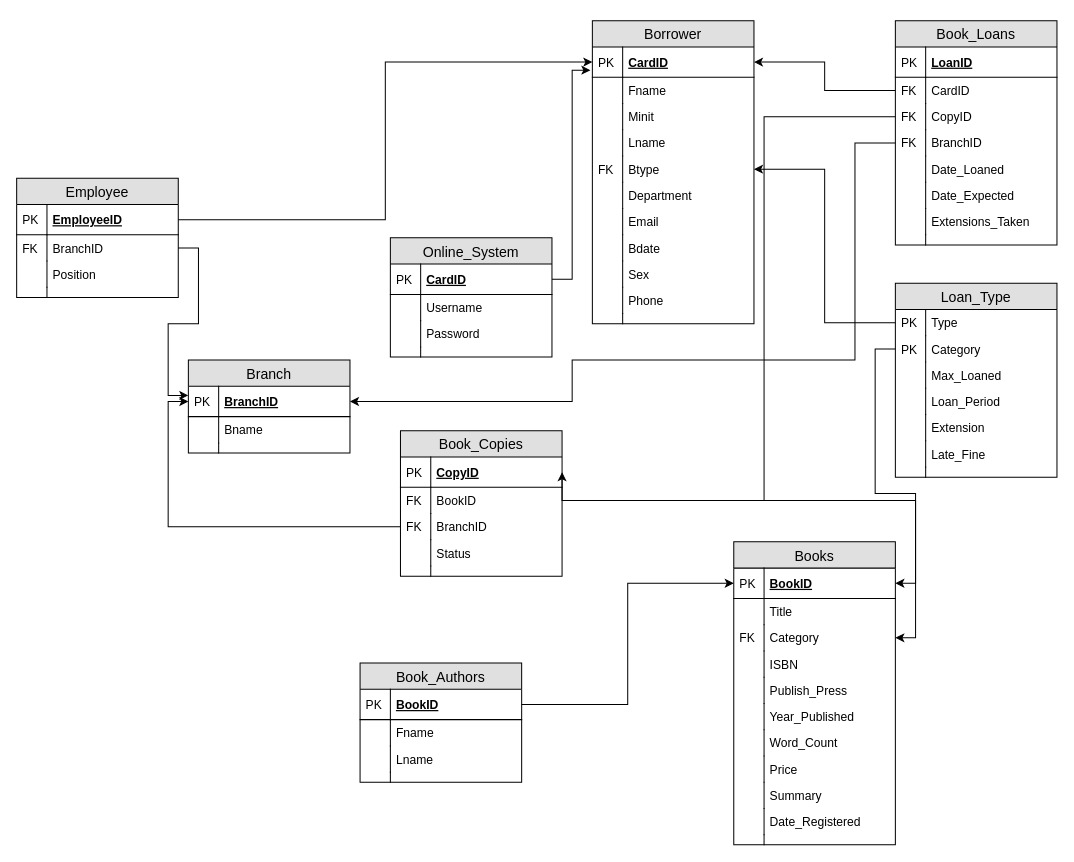
The draw.io diagram diagrams/drawio/library_relation_schema.drawio in pr0jectf3/library_management_database, before the edit. Source tidied: cells renumbered, new cells numbered last; positions are measured from the earlier drawing's top-left corner, leaving out a move shared by most shapes. Both pictures are drawn from the tidied source at 101%, with x=0, y=0 at pixel (16, 20).
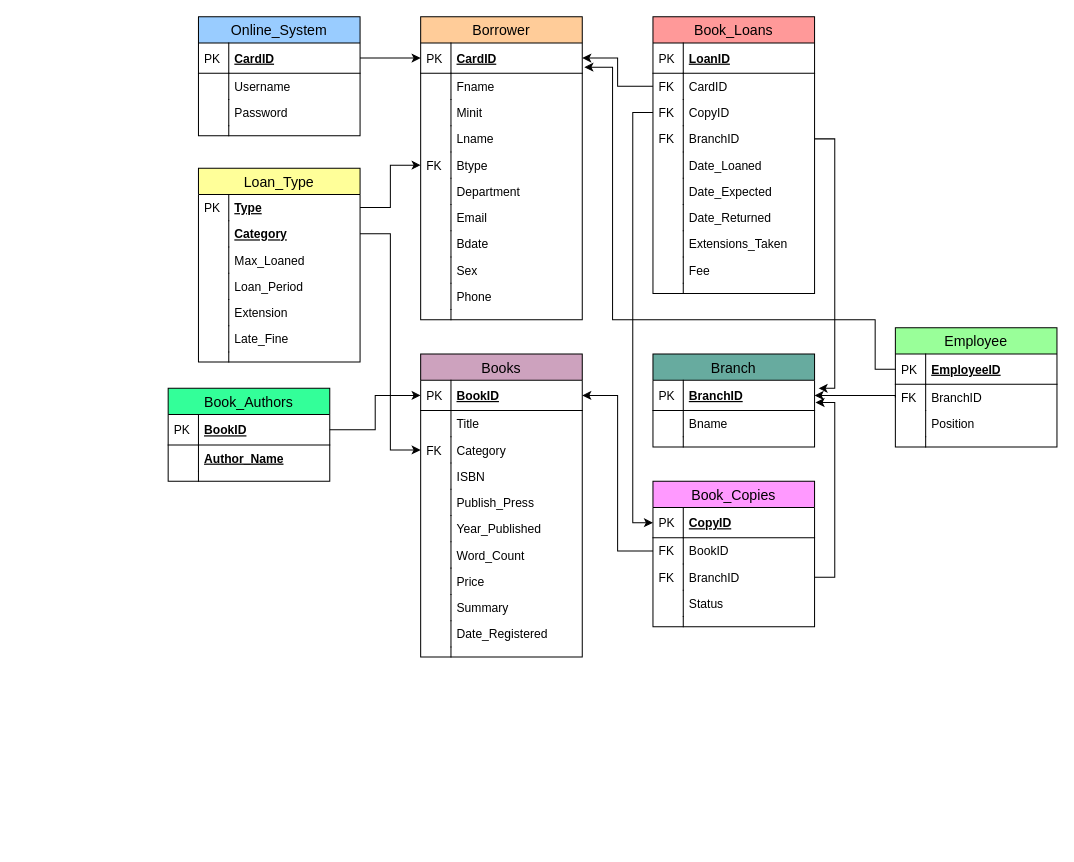
The same diagram, later.

Unchanged cells that the change refers to:
```xml
<mxCell id="3" value="CardID" style="shape=partialRectangle;top=0;left=0;right=0;bottom=1;align=left;verticalAlign=middle;fillColor=none;spacingLeft=34;spacingRight=4;overflow=hidden;points=[[0,0.5],[1,0.5]];portConstraint=eastwest;fontStyle=5;fontSize=12;" parent="2" vertex="1">
  <mxGeometry y="26" width="160" height="30" as="geometry" />
</mxCell>
<mxCell id="11" value="Btype" style="shape=partialRectangle;top=0;left=0;right=0;bottom=0;align=left;verticalAlign=top;fillColor=none;spacingLeft=34;spacingRight=4;overflow=hidden;points=[[0,0.5],[1,0.5]];portConstraint=eastwest;fontSize=12;" parent="2" vertex="1">
  <mxGeometry y="134" width="160" height="26" as="geometry" />
</mxCell>
<mxCell id="26" value="BookID" style="shape=partialRectangle;top=0;left=0;right=0;bottom=1;align=left;verticalAlign=middle;fillColor=none;spacingLeft=34;spacingRight=4;overflow=hidden;points=[[0,0.5],[1,0.5]];portConstraint=eastwest;fontStyle=5;fontSize=12;" parent="25" vertex="1">
  <mxGeometry y="26" width="160" height="30" as="geometry" />
</mxCell>
<mxCell id="30" value="Category" style="shape=partialRectangle;top=0;left=0;right=0;bottom=0;align=left;verticalAlign=top;fillColor=none;spacingLeft=34;spacingRight=4;overflow=hidden;points=[[0,0.5],[1,0.5]];portConstraint=eastwest;fontSize=12;" parent="25" vertex="1">
  <mxGeometry y="82" width="160" height="26" as="geometry" />
</mxCell>
<mxCell id="49" value="BookID" style="shape=partialRectangle;top=0;left=0;right=0;bottom=1;align=left;verticalAlign=middle;fillColor=none;spacingLeft=34;spacingRight=4;overflow=hidden;points=[[0,0.5],[1,0.5]];portConstraint=eastwest;fontStyle=5;fontSize=12;" parent="48" vertex="1">
  <mxGeometry y="26" width="160" height="30" as="geometry" />
</mxCell>
<mxCell id="58" value="CopyID" style="shape=partialRectangle;top=0;left=0;right=0;bottom=1;align=left;verticalAlign=middle;fillColor=none;spacingLeft=34;spacingRight=4;overflow=hidden;points=[[0,0.5],[1,0.5]];portConstraint=eastwest;fontStyle=5;fontSize=12;" parent="57" vertex="1">
  <mxGeometry y="26" width="160" height="30" as="geometry" />
</mxCell>
<mxCell id="60" value="BookID" style="shape=partialRectangle;top=0;left=0;right=0;bottom=0;align=left;verticalAlign=top;fillColor=none;spacingLeft=34;spacingRight=4;overflow=hidden;points=[[0,0.5],[1,0.5]];portConstraint=eastwest;fontSize=12;" parent="57" vertex="1">
  <mxGeometry y="56" width="160" height="26" as="geometry" />
</mxCell>
<mxCell id="62" value="BranchID" style="shape=partialRectangle;top=0;left=0;right=0;bottom=0;align=left;verticalAlign=top;fillColor=none;spacingLeft=34;spacingRight=4;overflow=hidden;points=[[0,0.5],[1,0.5]];portConstraint=eastwest;fontSize=12;" parent="57" vertex="1">
  <mxGeometry y="82" width="160" height="26" as="geometry" />
</mxCell>
<mxCell id="69" value="EmployeeID" style="shape=partialRectangle;top=0;left=0;right=0;bottom=1;align=left;verticalAlign=middle;fillColor=none;spacingLeft=34;spacingRight=4;overflow=hidden;points=[[0,0.5],[1,0.5]];portConstraint=eastwest;fontStyle=5;fontSize=12;" parent="68" vertex="1">
  <mxGeometry y="26" width="160" height="30" as="geometry" />
</mxCell>
<mxCell id="71" value="BranchID&#10;" style="shape=partialRectangle;top=0;left=0;right=0;bottom=0;align=left;verticalAlign=top;fillColor=none;spacingLeft=34;spacingRight=4;overflow=hidden;points=[[0,0.5],[1,0.5]];portConstraint=eastwest;fontSize=12;" parent="68" vertex="1">
  <mxGeometry y="56" width="160" height="26" as="geometry" />
</mxCell>
<mxCell id="78" value="BranchID" style="shape=partialRectangle;top=0;left=0;right=0;bottom=1;align=left;verticalAlign=middle;fillColor=none;spacingLeft=34;spacingRight=4;overflow=hidden;points=[[0,0.5],[1,0.5]];portConstraint=eastwest;fontStyle=5;fontSize=12;" parent="77" vertex="1">
  <mxGeometry y="26" width="160" height="30" as="geometry" />
</mxCell>
<mxCell id="87" value="CardID" style="shape=partialRectangle;top=0;left=0;right=0;bottom=0;align=left;verticalAlign=top;fillColor=none;spacingLeft=34;spacingRight=4;overflow=hidden;points=[[0,0.5],[1,0.5]];portConstraint=eastwest;fontSize=12;" parent="84" vertex="1">
  <mxGeometry y="56" width="160" height="26" as="geometry" />
</mxCell>
<mxCell id="89" value="CopyID" style="shape=partialRectangle;top=0;left=0;right=0;bottom=0;align=left;verticalAlign=top;fillColor=none;spacingLeft=34;spacingRight=4;overflow=hidden;points=[[0,0.5],[1,0.5]];portConstraint=eastwest;fontSize=12;" parent="84" vertex="1">
  <mxGeometry y="82" width="160" height="26" as="geometry" />
</mxCell>
<mxCell id="91" value="BranchID" style="shape=partialRectangle;top=0;left=0;right=0;bottom=0;align=left;verticalAlign=top;fillColor=none;spacingLeft=34;spacingRight=4;overflow=hidden;points=[[0,0.5],[1,0.5]];portConstraint=eastwest;fontSize=12;" parent="84" vertex="1">
  <mxGeometry y="108" width="160" height="26" as="geometry" />
</mxCell>
<mxCell id="102" value="CardID" style="shape=partialRectangle;top=0;left=0;right=0;bottom=1;align=left;verticalAlign=middle;fillColor=none;spacingLeft=34;spacingRight=4;overflow=hidden;points=[[0,0.5],[1,0.5]];portConstraint=eastwest;fontStyle=5;fontSize=12;" parent="101" vertex="1">
  <mxGeometry y="26" width="160" height="30" as="geometry" />
</mxCell>
```

What changed in the source:
```diff
@@
-    <mxCell id="2" value="Borrower" style="swimlane;fontStyle=0;horizontal=1;startSize=26;fillColor=#e0e0e0;swimlaneFillColor=#ffffff;align=center;fontSize=14;" parent="1" vertex="1">
-      <mxGeometry x="570" width="160" height="300" as="geometry" />
+    <mxCell id="2" value="Borrower" style="swimlane;fontStyle=0;horizontal=1;startSize=26;fillColor=#FFCC99;swimlaneFillColor=#ffffff;align=center;fontSize=14;strokeColor=#000000;" parent="1" vertex="1">
+      <mxGeometry x="400" y="-4" width="160" height="300" as="geometry" />
     </mxCell>
@@
-    <mxCell id="25" value="Books" style="swimlane;fontStyle=0;horizontal=1;startSize=26;fillColor=#e0e0e0;swimlaneFillColor=#ffffff;align=center;fontSize=14;" parent="1" vertex="1">
-      <mxGeometry x="710" y="516" width="160" height="300" as="geometry" />
+    <mxCell id="25" value="Books" style="swimlane;fontStyle=0;horizontal=1;startSize=26;fillColor=#CDA2BE;swimlaneFillColor=#ffffff;align=center;fontSize=14;" parent="1" vertex="1">
+      <mxGeometry x="400" y="330" width="160" height="300" as="geometry" />
     </mxCell>
@@
-    <mxCell id="48" value="Book_Authors" style="swimlane;fontStyle=0;horizontal=1;startSize=26;fillColor=#e0e0e0;swimlaneFillColor=#ffffff;align=center;fontSize=14;" parent="1" vertex="1">
-      <mxGeometry x="340" y="636" width="160" height="118" as="geometry" />
+    <mxCell id="48" value="Book_Authors" style="swimlane;fontStyle=0;horizontal=1;startSize=26;fillColor=#33FF99;swimlaneFillColor=#ffffff;align=center;fontSize=14;" parent="1" vertex="1">
+      <mxGeometry x="150" y="364" width="160" height="92" as="geometry" />
     </mxCell>
@@
-    <mxCell id="51" value="Fname" style="shape=partialRectangle;top=0;left=0;right=0;bottom=0;align=left;verticalAlign=top;fillColor=none;spacingLeft=34;spacingRight=4;overflow=hidden;fontSize=12;" parent="48" vertex="1">
+    <mxCell id="51" value="Author_Name" style="shape=partialRectangle;top=0;left=0;right=0;bottom=0;align=left;verticalAlign=top;fillColor=none;spacingLeft=34;spacingRight=4;overflow=hidden;fontSize=12;fontStyle=5;" parent="48" vertex="1">
       <mxGeometry y="56" width="160" height="26" as="geometry" />
     </mxCell>
@@
-    <mxCell id="53" value="Lname" style="shape=partialRectangle;top=0;left=0;right=0;bottom=0;align=left;verticalAlign=top;fillColor=none;spacingLeft=34;spacingRight=4;overflow=hidden;fontSize=12;" parent="48" vertex="1">
-      <mxGeometry y="82" width="160" height="26" as="geometry" />
-    </mxCell>
-    <mxCell id="54" style="shape=partialRectangle;top=0;left=0;bottom=0;fillColor=none;align=left;verticalAlign=top;spacingLeft=4;spacingRight=4;overflow=hidden;fontSize=12;" parent="53" vertex="1">
-      <mxGeometry width="30" height="26" as="geometry" />
-    </mxCell>
     <mxCell id="55" style="shape=partialRectangle;top=0;left=0;right=0;bottom=0;align=left;verticalAlign=top;fillColor=none;spacingLeft=34;spacingRight=4;overflow=hidden;fontSize=12;" parent="48" vertex="1">
-      <mxGeometry y="108" width="160" height="10" as="geometry" />
+      <mxGeometry y="82" width="160" height="10" as="geometry" />
     </mxCell>
@@
-    <mxCell id="57" value="Book_Copies" style="swimlane;fontStyle=0;horizontal=1;startSize=26;fillColor=#e0e0e0;swimlaneFillColor=#ffffff;align=center;fontSize=14;" parent="1" vertex="1">
-      <mxGeometry x="380" y="406" width="160" height="144" as="geometry" />
+    <mxCell id="57" value="Book_Copies" style="swimlane;fontStyle=0;horizontal=1;startSize=26;fillColor=#FF99FF;swimlaneFillColor=#ffffff;align=center;fontSize=14;strokeColor=#000000;" parent="1" vertex="1">
+      <mxGeometry x="630" y="456" width="160" height="144" as="geometry" />
     </mxCell>
@@
-    <mxCell id="68" value="Employee" style="swimlane;fontStyle=0;horizontal=1;startSize=26;fillColor=#e0e0e0;swimlaneFillColor=#ffffff;align=center;fontSize=14;" parent="1" vertex="1">
-      <mxGeometry y="156" width="160" height="118" as="geometry" />
+    <mxCell id="68" value="Employee" style="swimlane;fontStyle=0;horizontal=1;startSize=26;fillColor=#99FF99;swimlaneFillColor=#ffffff;align=center;fontSize=14;strokeColor=#000000;" parent="1" vertex="1">
+      <mxGeometry x="870" y="304" width="160" height="118" as="geometry" />
     </mxCell>
@@
-    <mxCell id="77" value="Branch" style="swimlane;fontStyle=0;horizontal=1;startSize=26;fillColor=#e0e0e0;swimlaneFillColor=#ffffff;align=center;fontSize=14;" parent="1" vertex="1">
-      <mxGeometry x="170" y="336" width="160" height="92" as="geometry" />
+    <mxCell id="77" value="Branch" style="swimlane;fontStyle=0;horizontal=1;startSize=26;fillColor=#67AB9F;swimlaneFillColor=#ffffff;align=center;fontSize=14;" parent="1" vertex="1">
+      <mxGeometry x="630" y="330" width="160" height="92" as="geometry" />
     </mxCell>
@@
-    <mxCell id="84" value="Book_Loans" style="swimlane;fontStyle=0;horizontal=1;startSize=26;fillColor=#e0e0e0;swimlaneFillColor=#ffffff;align=center;fontSize=14;" parent="1" vertex="1">
-      <mxGeometry x="870" width="160" height="222" as="geometry" />
+    <mxCell id="84" value="Book_Loans" style="swimlane;fontStyle=0;horizontal=1;startSize=26;fillColor=#FF9999;swimlaneFillColor=#ffffff;align=center;fontSize=14;strokeColor=#000000;" parent="1" vertex="1">
+      <mxGeometry x="630" y="-4" width="160" height="274" as="geometry" />
     </mxCell>
@@
+    <mxCell id="136" value="Date_Returned" style="shape=partialRectangle;top=0;left=0;right=0;bottom=0;align=left;verticalAlign=top;fillColor=none;spacingLeft=34;spacingRight=4;overflow=hidden;fontSize=12;" parent="84" vertex="1">
+      <mxGeometry y="186" width="160" height="26" as="geometry" />
+    </mxCell>
+    <mxCell id="137" style="shape=partialRectangle;top=0;left=0;bottom=0;fillColor=none;align=left;verticalAlign=top;spacingLeft=4;spacingRight=4;overflow=hidden;fontSize=12;" parent="136" vertex="1">
+      <mxGeometry width="30" height="26" as="geometry" />
+    </mxCell>
     <mxCell id="97" value="Extensions_Taken" style="shape=partialRectangle;top=0;left=0;right=0;bottom=0;align=left;verticalAlign=top;fillColor=none;spacingLeft=34;spacingRight=4;overflow=hidden;fontSize=12;" parent="84" vertex="1">
-      <mxGeometry y="186" width="160" height="26" as="geometry" />
+      <mxGeometry y="212" width="160" height="26" as="geometry" />
     </mxCell>
@@
+    <mxCell id="138" value="Fee" style="shape=partialRectangle;top=0;left=0;right=0;bottom=0;align=left;verticalAlign=top;fillColor=none;spacingLeft=34;spacingRight=4;overflow=hidden;fontSize=12;" parent="84" vertex="1">
+      <mxGeometry y="238" width="160" height="26" as="geometry" />
+    </mxCell>
+    <mxCell id="139" style="shape=partialRectangle;top=0;left=0;bottom=0;fillColor=none;align=left;verticalAlign=top;spacingLeft=4;spacingRight=4;overflow=hidden;fontSize=12;" parent="138" vertex="1">
+      <mxGeometry width="30" height="26" as="geometry" />
+    </mxCell>
     <mxCell id="99" style="shape=partialRectangle;top=0;left=0;right=0;bottom=0;align=left;verticalAlign=top;fillColor=none;spacingLeft=34;spacingRight=4;overflow=hidden;fontSize=12;" parent="84" vertex="1">
-      <mxGeometry y="212" width="160" height="10" as="geometry" />
+      <mxGeometry y="264" width="160" height="10" as="geometry" />
     </mxCell>
@@
-    <mxCell id="101" value="Online_System" style="swimlane;fontStyle=0;horizontal=1;startSize=26;fillColor=#e0e0e0;swimlaneFillColor=#ffffff;align=center;fontSize=14;" parent="1" vertex="1">
-      <mxGeometry x="370" y="215" width="160" height="118" as="geometry" />
+    <mxCell id="101" value="Online_System" style="swimlane;fontStyle=0;horizontal=1;startSize=26;fillColor=#99CCFF;swimlaneFillColor=#ffffff;align=center;fontSize=14;" parent="1" vertex="1">
+      <mxGeometry x="180" y="-4" width="160" height="118" as="geometry" />
     </mxCell>
@@
-    <mxCell id="110" value="Loan_Type" style="swimlane;fontStyle=0;horizontal=1;startSize=26;fillColor=#e0e0e0;swimlaneFillColor=#ffffff;align=center;fontSize=14;strokeColor=#000000;" parent="1" vertex="1">
-      <mxGeometry x="870" y="260" width="160" height="192" as="geometry" />
+    <mxCell id="110" value="Loan_Type" style="swimlane;fontStyle=0;horizontal=1;startSize=26;fillColor=#FFFF99;swimlaneFillColor=#ffffff;align=center;fontSize=14;strokeColor=#000000;" parent="1" vertex="1">
+      <mxGeometry x="180" y="146" width="160" height="192" as="geometry" />
     </mxCell>
-    <mxCell id="111" value="Type" style="shape=partialRectangle;top=0;left=0;right=0;bottom=0;align=left;verticalAlign=top;fillColor=none;spacingLeft=34;spacingRight=4;overflow=hidden;points=[[0,0.5],[1,0.5]];portConstraint=eastwest;fontSize=12;fontStyle=0;strokeColor=#000000;strokeWidth=1;" parent="110" vertex="1">
+    <mxCell id="111" value="Type" style="shape=partialRectangle;top=0;left=0;right=0;bottom=0;align=left;verticalAlign=top;fillColor=none;spacingLeft=34;spacingRight=4;overflow=hidden;points=[[0,0.5],[1,0.5]];portConstraint=eastwest;fontSize=12;fontStyle=5;strokeColor=#000000;strokeWidth=1;" parent="110" vertex="1">
       <mxGeometry y="26" width="160" height="26" as="geometry" />
     </mxCell>
@@
-    <mxCell id="113" value="Category" style="shape=partialRectangle;top=0;left=0;right=0;bottom=0;align=left;verticalAlign=top;fillColor=none;spacingLeft=34;spacingRight=4;overflow=hidden;points=[[0,0.5],[1,0.5]];portConstraint=eastwest;fontSize=12;fontStyle=0;strokeColor=none;strokeWidth=1;" parent="110" vertex="1">
+    <mxCell id="113" value="Category" style="shape=partialRectangle;top=0;left=0;right=0;bottom=0;align=left;verticalAlign=top;fillColor=none;spacingLeft=34;spacingRight=4;overflow=hidden;points=[[0,0.5],[1,0.5]];portConstraint=eastwest;fontSize=12;fontStyle=5;strokeColor=none;strokeWidth=1;" parent="110" vertex="1">
       <mxGeometry y="52" width="160" height="26" as="geometry" />
     </mxCell>
-    <mxCell id="114" value="PK" style="shape=partialRectangle;top=0;left=0;bottom=0;fillColor=none;align=left;verticalAlign=top;spacingLeft=4;spacingRight=4;overflow=hidden;fontSize=12;" parent="113" vertex="1">
+    <mxCell id="114" style="shape=partialRectangle;top=0;left=0;bottom=0;fillColor=none;align=left;verticalAlign=top;spacingLeft=4;spacingRight=4;overflow=hidden;fontSize=12;" parent="113" vertex="1">
       <mxGeometry width="30" height="26" as="geometry" />
     </mxCell>
@@
+    <mxCell id="134" style="edgeStyle=orthogonalEdgeStyle;rounded=0;jettySize=auto;html=1;exitX=1;exitY=0.5;exitDx=0;exitDy=0;entryX=0;entryY=0.5;entryDx=0;entryDy=0;fillColor=#007FFF;strokeColor=#000000;strokeWidth=1;" parent="1" edge="1" source="102" target="3">
+      <mxGeometry relative="1" as="geometry" />
+    </mxCell>
+    <mxCell id="128" style="edgeStyle=orthogonalEdgeStyle;rounded=0;jettySize=auto;html=1;exitX=1;exitY=0.5;exitDx=0;exitDy=0;entryX=0;entryY=0.5;entryDx=0;entryDy=0;strokeColor=#000000;strokeWidth=1;" parent="1" edge="1" source="111" target="11">
+      <mxGeometry relative="1" as="geometry" />
+    </mxCell>
+    <mxCell id="135" style="edgeStyle=orthogonalEdgeStyle;rounded=0;jettySize=auto;html=1;exitX=1;exitY=0.5;exitDx=0;exitDy=0;entryX=0;entryY=0.5;entryDx=0;entryDy=0;strokeWidth=1;" parent="1" edge="1" source="49" target="26">
+      <mxGeometry relative="1" as="geometry" />
+    </mxCell>
+    <mxCell id="129" style="edgeStyle=orthogonalEdgeStyle;rounded=0;jettySize=auto;html=1;exitX=1;exitY=0.5;exitDx=0;exitDy=0;entryX=0;entryY=0.5;entryDx=0;entryDy=0;strokeColor=#000000;strokeWidth=1;" parent="1" edge="1" source="113" target="30">
+      <mxGeometry relative="1" as="geometry" />
+    </mxCell>
-    <mxCell id="125" style="edgeStyle=orthogonalEdgeStyle;rounded=0;jettySize=auto;html=1;exitX=0;exitY=0.5;exitDx=0;exitDy=0;entryX=1;entryY=0.5;entryDx=0;entryDy=0;startArrow=none;startFill=0;" parent="1" edge="1" source="87" target="3">
+    <mxCell id="125" style="edgeStyle=orthogonalEdgeStyle;rounded=0;jettySize=auto;html=1;exitX=0;exitY=0.5;exitDx=0;exitDy=0;entryX=1;entryY=0.5;entryDx=0;entryDy=0;strokeColor=#000000;strokeWidth=1;" parent="1" edge="1" source="87" target="3">
       <mxGeometry relative="1" as="geometry" />
     </mxCell>
+    <mxCell id="132" style="edgeStyle=orthogonalEdgeStyle;rounded=0;jettySize=auto;html=1;exitX=0;exitY=0.5;exitDx=0;exitDy=0;entryX=1.013;entryY=0.8;entryDx=0;entryDy=0;entryPerimeter=0;strokeColor=#000000;strokeWidth=1;" parent="1" edge="1" source="69" target="3">
+      <mxGeometry relative="1" as="geometry">
+        <Array as="points">
+          <mxPoint x="850" y="345" />
+          <mxPoint x="850" y="296" />
+          <mxPoint x="590" y="296" />
+          <mxPoint x="590" y="46" />
+        </Array>
+      </mxGeometry>
+    </mxCell>
+    <mxCell id="133" style="edgeStyle=orthogonalEdgeStyle;rounded=0;jettySize=auto;html=1;exitX=0;exitY=0.5;exitDx=0;exitDy=0;entryX=1;entryY=0.5;entryDx=0;entryDy=0;strokeColor=#000000;strokeWidth=1;" parent="1" edge="1" source="71" target="78">
+      <mxGeometry relative="1" as="geometry">
+        <Array as="points">
+          <mxPoint x="870" y="371" />
+        </Array>
+      </mxGeometry>
+    </mxCell>
-    <mxCell id="126" style="edgeStyle=orthogonalEdgeStyle;rounded=0;jettySize=auto;html=1;exitX=0;exitY=0.5;exitDx=0;exitDy=0;entryX=1;entryY=0.5;entryDx=0;entryDy=0;startArrow=none;startFill=0;" parent="1" edge="1" source="89" target="58">
-      <mxGeometry relative="1" as="geometry">
-        <Array as="points">
-          <mxPoint x="740" y="95" />
-          <mxPoint x="740" y="475" />
-        </Array>
-      </mxGeometry>
+    <mxCell id="126" style="edgeStyle=orthogonalEdgeStyle;rounded=0;jettySize=auto;html=1;exitX=0;exitY=0.5;exitDx=0;exitDy=0;entryX=0;entryY=0.5;entryDx=0;entryDy=0;strokeColor=#000000;strokeWidth=1;" parent="1" edge="1" source="89" target="58">
+      <mxGeometry relative="1" as="geometry" />
     </mxCell>
-    <mxCell id="127" style="edgeStyle=orthogonalEdgeStyle;rounded=0;jettySize=auto;html=1;exitX=0;exitY=0.5;exitDx=0;exitDy=0;entryX=1;entryY=0.5;entryDx=0;entryDy=0;startArrow=none;startFill=0;" parent="1" edge="1" source="91" target="78">
-      <mxGeometry relative="1" as="geometry">
-        <Array as="points">
-          <mxPoint x="830" y="121" />
-          <mxPoint x="830" y="336" />
-          <mxPoint x="550" y="336" />
-          <mxPoint x="550" y="377" />
-        </Array>
-      </mxGeometry>
+    <mxCell id="127" style="edgeStyle=orthogonalEdgeStyle;rounded=0;jettySize=auto;html=1;exitX=1;exitY=0.5;exitDx=0;exitDy=0;entryX=1.025;entryY=0.267;entryDx=0;entryDy=0;entryPerimeter=0;strokeColor=#000000;strokeWidth=1;" parent="1" edge="1" source="91" target="78">
+      <mxGeometry relative="1" as="geometry" />
     </mxCell>
-    <mxCell id="128" style="edgeStyle=orthogonalEdgeStyle;rounded=0;jettySize=auto;html=1;exitX=0;exitY=0.5;exitDx=0;exitDy=0;entryX=1;entryY=0.5;entryDx=0;entryDy=0;startArrow=none;startFill=0;" parent="1" edge="1" source="111" target="11">
-      <mxGeometry relative="1" as="geometry" />
-    </mxCell>
-    <mxCell id="129" style="edgeStyle=orthogonalEdgeStyle;rounded=0;jettySize=auto;html=1;exitX=0;exitY=0.5;exitDx=0;exitDy=0;entryX=1;entryY=0.5;entryDx=0;entryDy=0;startArrow=none;startFill=0;" parent="1" edge="1" source="113" target="30">
-      <mxGeometry relative="1" as="geometry" />
-    </mxCell>
-    <mxCell id="130" style="edgeStyle=orthogonalEdgeStyle;rounded=0;jettySize=auto;html=1;exitX=1;exitY=0.5;exitDx=0;exitDy=0;entryX=1;entryY=0.5;entryDx=0;entryDy=0;startArrow=none;startFill=0;" parent="1" edge="1" source="60" target="26">
+    <mxCell id="130" style="edgeStyle=orthogonalEdgeStyle;rounded=0;jettySize=auto;html=1;exitX=0;exitY=0.5;exitDx=0;exitDy=0;entryX=1;entryY=0.5;entryDx=0;entryDy=0;strokeColor=#000000;strokeWidth=1;" parent="1" edge="1" source="60" target="26">
       <mxGeometry relative="1" as="geometry" />
     </mxCell>
-    <mxCell id="131" style="edgeStyle=orthogonalEdgeStyle;rounded=0;jettySize=auto;html=1;exitX=0;exitY=0.5;exitDx=0;exitDy=0;entryX=0;entryY=0.5;entryDx=0;entryDy=0;startArrow=none;startFill=0;" parent="1" edge="1" source="62" target="78">
+    <mxCell id="131" style="edgeStyle=orthogonalEdgeStyle;rounded=0;jettySize=auto;html=1;exitX=1;exitY=0.5;exitDx=0;exitDy=0;entryX=1.006;entryY=0.733;entryDx=0;entryDy=0;entryPerimeter=0;strokeColor=#000000;strokeWidth=1;" parent="1" edge="1" source="62" target="78">
       <mxGeometry relative="1" as="geometry" />
     </mxCell>
-    <mxCell id="132" style="edgeStyle=orthogonalEdgeStyle;rounded=0;jettySize=auto;html=1;exitX=1;exitY=0.5;exitDx=0;exitDy=0;entryX=0;entryY=0.5;entryDx=0;entryDy=0;startArrow=none;startFill=0;" parent="1" edge="1" source="69" target="3">
-      <mxGeometry relative="1" as="geometry" />
-    </mxCell>
-    <mxCell id="133" style="edgeStyle=orthogonalEdgeStyle;rounded=0;jettySize=auto;html=1;exitX=1;exitY=0.5;exitDx=0;exitDy=0;entryX=0;entryY=0.3;entryDx=0;entryDy=0;entryPerimeter=0;startArrow=none;startFill=0;" parent="1" edge="1" source="71" target="78">
-      <mxGeometry relative="1" as="geometry" />
-    </mxCell>
-    <mxCell id="134" style="edgeStyle=orthogonalEdgeStyle;rounded=0;jettySize=auto;html=1;exitX=1;exitY=0.5;exitDx=0;exitDy=0;entryX=-0.012;entryY=0.767;entryDx=0;entryDy=0;entryPerimeter=0;startArrow=none;startFill=0;" parent="1" edge="1" source="102" target="3">
-      <mxGeometry relative="1" as="geometry" />
-    </mxCell>
-    <mxCell id="135" style="edgeStyle=orthogonalEdgeStyle;rounded=0;jettySize=auto;html=1;exitX=1;exitY=0.5;exitDx=0;exitDy=0;entryX=0;entryY=0.5;entryDx=0;entryDy=0;startArrow=none;startFill=0;" parent="1" edge="1" source="49" target="26">
-      <mxGeometry relative="1" as="geometry" />
-    </mxCell>
```
